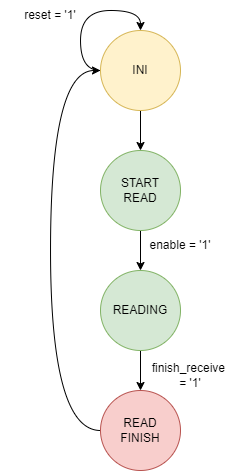
This is adc-unidad-control.drawio.png from javijnb/LPRO_diagrams, a draw.io export, as it was before one commit. Source tidied: cells renumbered, new cells last; positions are measured from the earlier drawing's top-left corner, leaving out a move shared by most shapes.
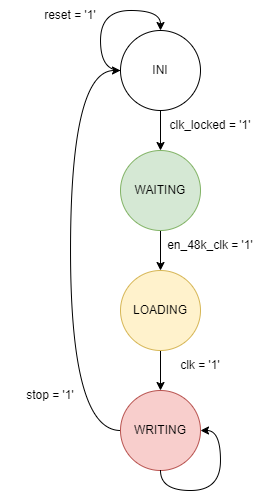
After the commit.

Diff of the diagram source:
```diff
@@ -5,19 +5,19 @@
     <mxCell id="2" style="edgeStyle=orthogonalEdgeStyle;rounded=0;jettySize=auto;html=1;exitX=0.5;exitY=1;exitDx=0;exitDy=0;entryX=0.5;entryY=0;entryDx=0;entryDy=0;" parent="1" edge="1" source="3" target="5">
       <mxGeometry relative="1" as="geometry" />
     </mxCell>
-    <mxCell id="3" value="INI" style="ellipse;whiteSpace=wrap;html=1;fillColor=#fff2cc;strokeColor=#d6b656;" parent="1" vertex="1">
+    <mxCell id="3" value="INI" style="ellipse;whiteSpace=wrap;html=1;" parent="1" vertex="1">
       <mxGeometry x="100" y="30" width="80" height="80" as="geometry" />
     </mxCell>
     <mxCell id="4" style="edgeStyle=orthogonalEdgeStyle;rounded=0;jettySize=auto;html=1;exitX=0.5;exitY=1;exitDx=0;exitDy=0;entryX=0.5;entryY=0;entryDx=0;entryDy=0;" parent="1" edge="1" source="5" target="7">
       <mxGeometry relative="1" as="geometry" />
     </mxCell>
-    <mxCell id="5" value="START&lt;br&gt;READ" style="ellipse;whiteSpace=wrap;html=1;fillColor=#d5e8d4;strokeColor=#82b366;" parent="1" vertex="1">
+    <mxCell id="5" value="WAITING" style="ellipse;whiteSpace=wrap;html=1;fillColor=#d5e8d4;strokeColor=#82b366;" parent="1" vertex="1">
       <mxGeometry x="100" y="150" width="80" height="80" as="geometry" />
     </mxCell>
     <mxCell id="6" style="edgeStyle=orthogonalEdgeStyle;rounded=0;jettySize=auto;html=1;exitX=0.5;exitY=1;exitDx=0;exitDy=0;entryX=0.5;entryY=0;entryDx=0;entryDy=0;" parent="1" edge="1" source="7" target="9">
       <mxGeometry relative="1" as="geometry" />
     </mxCell>
-    <mxCell id="7" value="READING" style="ellipse;whiteSpace=wrap;html=1;fillColor=#d5e8d4;strokeColor=#82b366;" parent="1" vertex="1">
+    <mxCell id="7" value="LOADING" style="ellipse;whiteSpace=wrap;html=1;fillColor=#fff2cc;strokeColor=#d6b656;" parent="1" vertex="1">
       <mxGeometry x="100" y="270" width="80" height="80" as="geometry" />
     </mxCell>
     <mxCell id="8" style="edgeStyle=orthogonalEdgeStyle;jettySize=auto;html=1;exitX=0;exitY=0.5;exitDx=0;exitDy=0;entryX=0;entryY=0.5;entryDx=0;entryDy=0;curved=1;" parent="1" edge="1" source="9" target="3">
@@ -28,7 +28,7 @@
         </Array>
       </mxGeometry>
     </mxCell>
-    <mxCell id="9" value="READ&lt;br&gt;FINISH" style="ellipse;whiteSpace=wrap;html=1;fillColor=#f8cecc;strokeColor=#b85450;" parent="1" vertex="1">
+    <mxCell id="9" value="WRITING" style="ellipse;whiteSpace=wrap;html=1;fillColor=#f8cecc;strokeColor=#b85450;" parent="1" vertex="1">
       <mxGeometry x="100" y="390" width="80" height="80" as="geometry" />
     </mxCell>
     <mxCell id="10" style="edgeStyle=orthogonalEdgeStyle;orthogonalLoop=1;jettySize=auto;html=1;exitX=0;exitY=0.5;exitDx=0;exitDy=0;entryX=0.5;entryY=0;entryDx=0;entryDy=0;curved=1;" parent="1" edge="1" source="3" target="3">
@@ -40,14 +40,23 @@
         </Array>
       </mxGeometry>
     </mxCell>
-    <mxCell id="11" value="enable = '1'" style="text;html=1;strokeColor=none;fillColor=none;align=center;verticalAlign=middle;whiteSpace=wrap;rounded=0;" parent="1" vertex="1">
-      <mxGeometry x="130" y="230" width="100" height="30" as="geometry" />
+    <mxCell id="11" value="en_48k_clk = '1'" style="text;html=1;strokeColor=none;fillColor=none;align=center;verticalAlign=middle;whiteSpace=wrap;rounded=0;" parent="1" vertex="1">
+      <mxGeometry x="140" y="230" width="100" height="30" as="geometry" />
     </mxCell>
-    <mxCell id="12" value="finish_receive&amp;nbsp; &lt;br&gt;= '1'" style="text;html=1;strokeColor=none;fillColor=none;align=center;verticalAlign=middle;whiteSpace=wrap;rounded=0;" parent="1" vertex="1">
-      <mxGeometry x="140" y="360" width="100" height="30" as="geometry" />
+    <mxCell id="12" value="clk = '1'" style="text;html=1;strokeColor=none;fillColor=none;align=center;verticalAlign=middle;whiteSpace=wrap;rounded=0;" parent="1" vertex="1">
+      <mxGeometry x="130" y="350" width="100" height="30" as="geometry" />
     </mxCell>
     <mxCell id="13" value="reset = '1'" style="text;html=1;strokeColor=none;fillColor=none;align=center;verticalAlign=middle;whiteSpace=wrap;rounded=0;" parent="1" vertex="1">
       <mxGeometry width="100" height="30" as="geometry" />
     </mxCell>
+    <mxCell id="14" value="stop = '1'" style="text;html=1;strokeColor=none;fillColor=none;align=center;verticalAlign=middle;whiteSpace=wrap;rounded=0;" parent="1" vertex="1">
+      <mxGeometry x="-20" y="380" width="100" height="30" as="geometry" />
+    </mxCell>
+    <mxCell id="15" style="edgeStyle=orthogonalEdgeStyle;orthogonalLoop=1;jettySize=auto;html=1;exitX=0.5;exitY=1;exitDx=0;exitDy=0;entryX=1;entryY=0.5;entryDx=0;entryDy=0;curved=1;" parent="1" edge="1" source="9" target="9">
+      <mxGeometry relative="1" as="geometry" />
+    </mxCell>
+    <mxCell id="16" value="clk_locked = '1'" style="text;html=1;strokeColor=none;fillColor=none;align=center;verticalAlign=middle;whiteSpace=wrap;rounded=0;" parent="1" vertex="1">
+      <mxGeometry x="140" y="110" width="100" height="30" as="geometry" />
+    </mxCell>
   </root>
 </mxGraphModel>
```
